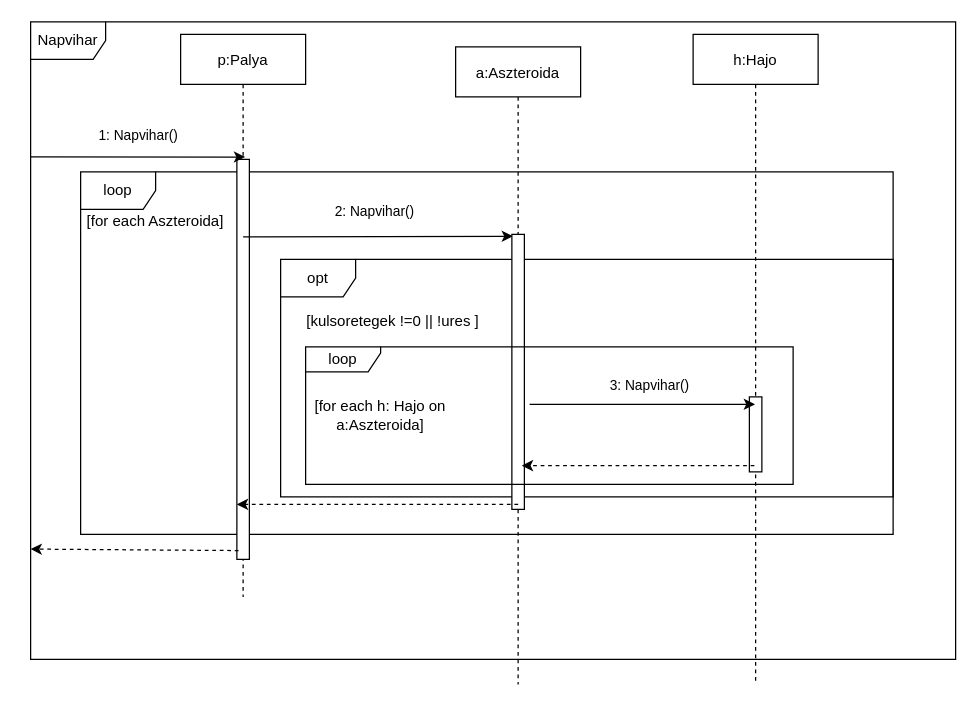
This is doc/uml/sunStorm.drawio from torpeBoiGo/aszteroidabanyaszat, a draw.io file, before an edit. Source tidied: cells renumbered, new cells numbered last; positions are measured from the earlier drawing's top-left corner, leaving out a move shared by most shapes. Both pictures are drawn from the tidied source at 125%, with x=0, y=0 at pixel (30, 21).
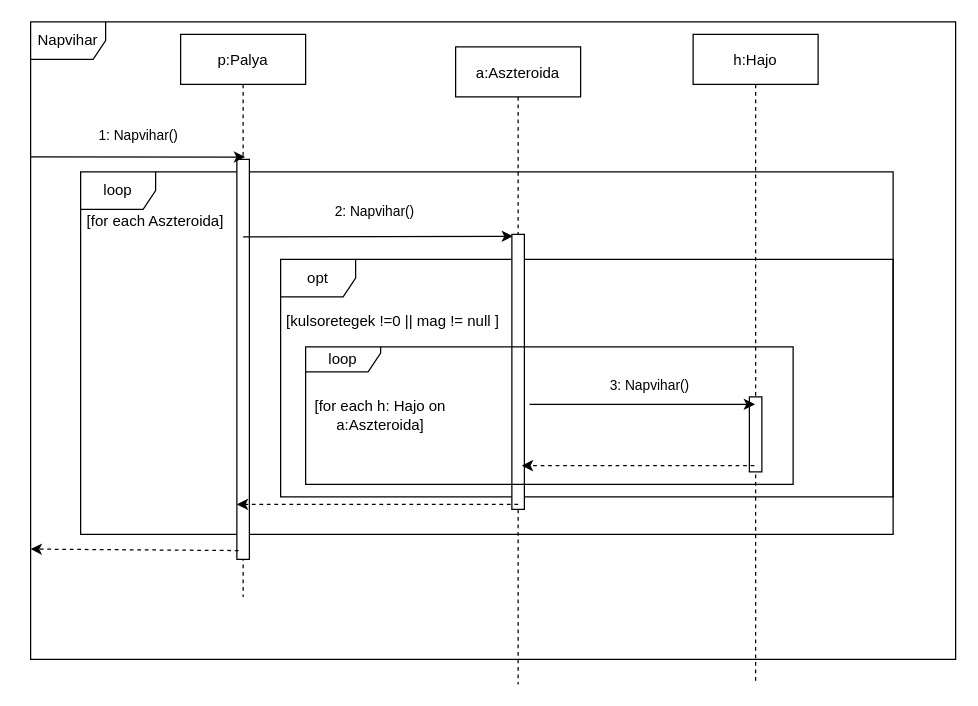
The same page after the edit.

Commit message:
!ures helyett mag != null

Diff of the diagram source:
```diff
@@
-    <mxCell id="10" value="[kulsoretegek !=0 || !ures ]" style="text;html=1;strokeColor=none;fillColor=none;align=center;verticalAlign=middle;whiteSpace=wrap;rounded=0;" parent="1" vertex="1">
+    <mxCell id="10" value="[kulsoretegek !=0 || mag != null ]" style="text;html=1;strokeColor=none;fillColor=none;align=center;verticalAlign=middle;whiteSpace=wrap;rounded=0;" parent="1" vertex="1">
       <mxGeometry x="190" y="230" width="200" height="20" as="geometry" />
     </mxCell>
```
